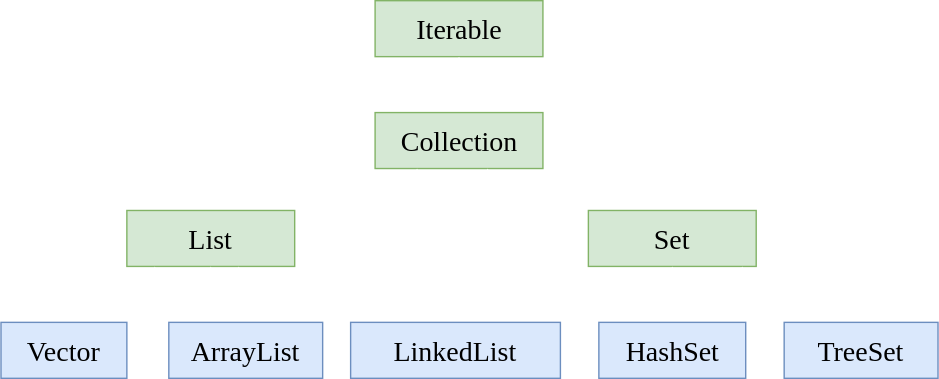
The draw.io diagram drawio/ListMind.svg in Stolorzs/Picgo, before a commit. Source tidied: cells renumbered, new cells last; positions are measured from the earlier drawing's top-left corner, leaving out a move shared by most shapes.
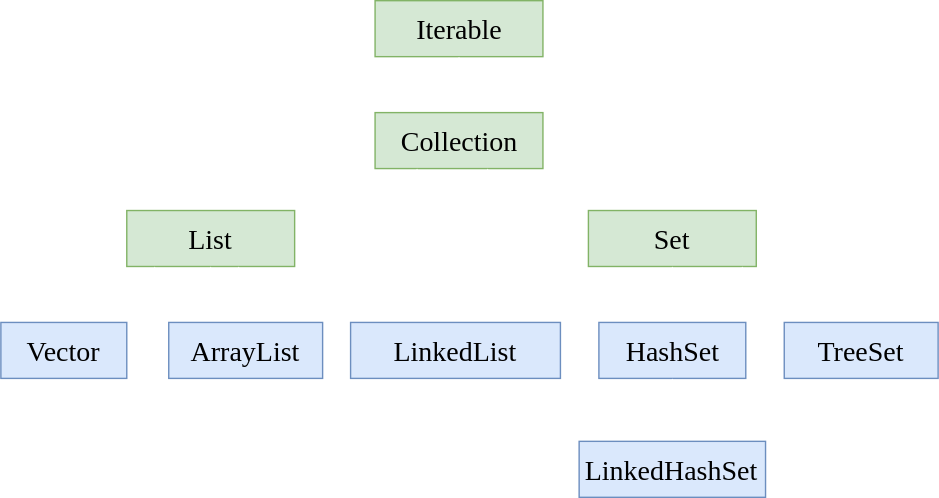
The same diagram one commit later.

What changed in the source:
```diff
@@ -89,5 +89,11 @@
     <mxCell id="18" value="&lt;font face=&quot;Times New Roman&quot; style=&quot;font-size: 20px;&quot;&gt;TreeSet&lt;/font&gt;" style="rounded=0;whiteSpace=wrap;html=1;fillColor=#dae8fc;strokeColor=#6c8ebf;fontStyle=0;fontSize=20;" parent="1" vertex="1">
       <mxGeometry x="560" y="230" width="110" height="40" as="geometry" />
     </mxCell>
+    <mxCell id="19" style="edgeStyle=orthogonalEdgeStyle;rounded=0;jettySize=auto;html=1;entryX=0.5;entryY=1;entryDx=0;entryDy=0;strokeColor=#FFFFFF;align=center;verticalAlign=middle;fontFamily=Helvetica;fontSize=12;fontColor=default;labelBackgroundColor=default;startSize=8;endArrow=classic;endSize=8;" parent="1" edge="1" source="20" target="16">
+      <mxGeometry relative="1" as="geometry" />
+    </mxCell>
+    <mxCell id="20" value="&lt;font face=&quot;Times New Roman&quot; style=&quot;font-size: 20px;&quot;&gt;LinkedHashSet&lt;/font&gt;" style="rounded=0;whiteSpace=wrap;html=1;fillColor=#dae8fc;strokeColor=#6c8ebf;fontStyle=0;fontSize=20;" parent="1" vertex="1">
+      <mxGeometry x="413.4" y="315" width="133.2" height="40" as="geometry" />
+    </mxCell>
   </root>
 </mxGraphModel>
```
